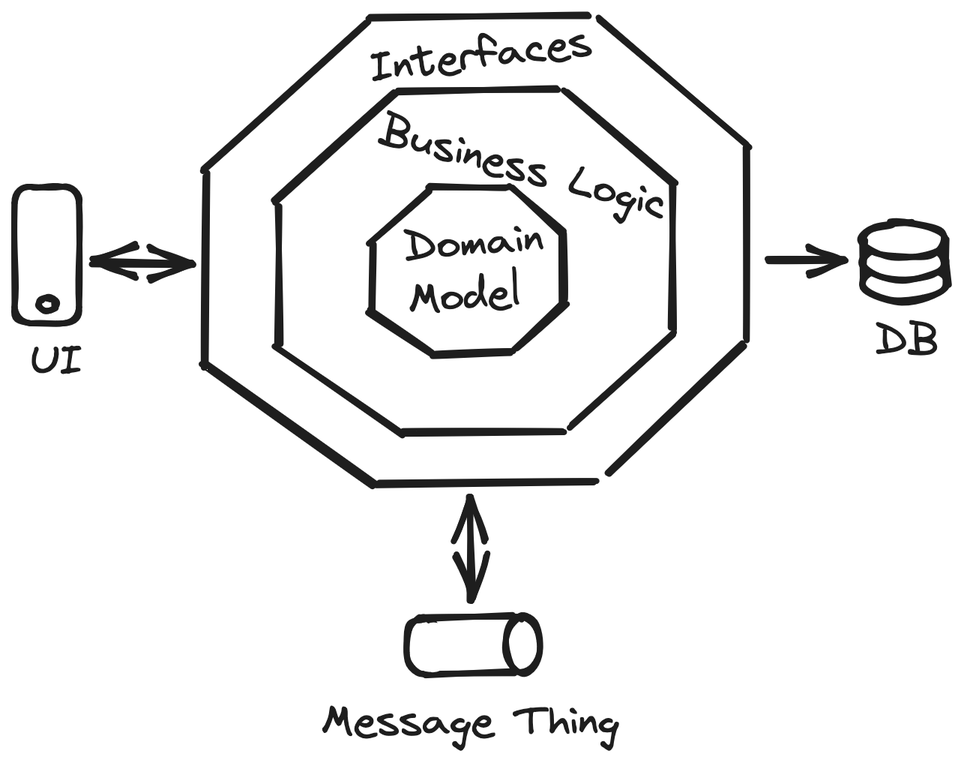
Earlier version of the Excalidraw export assets/hexagonal.png (wicked539/architecture-trends). Source tidied: one line per element, renumbered; positions are measured from the earlier drawing's top-left corner, leaving out a move shared by most shapes.
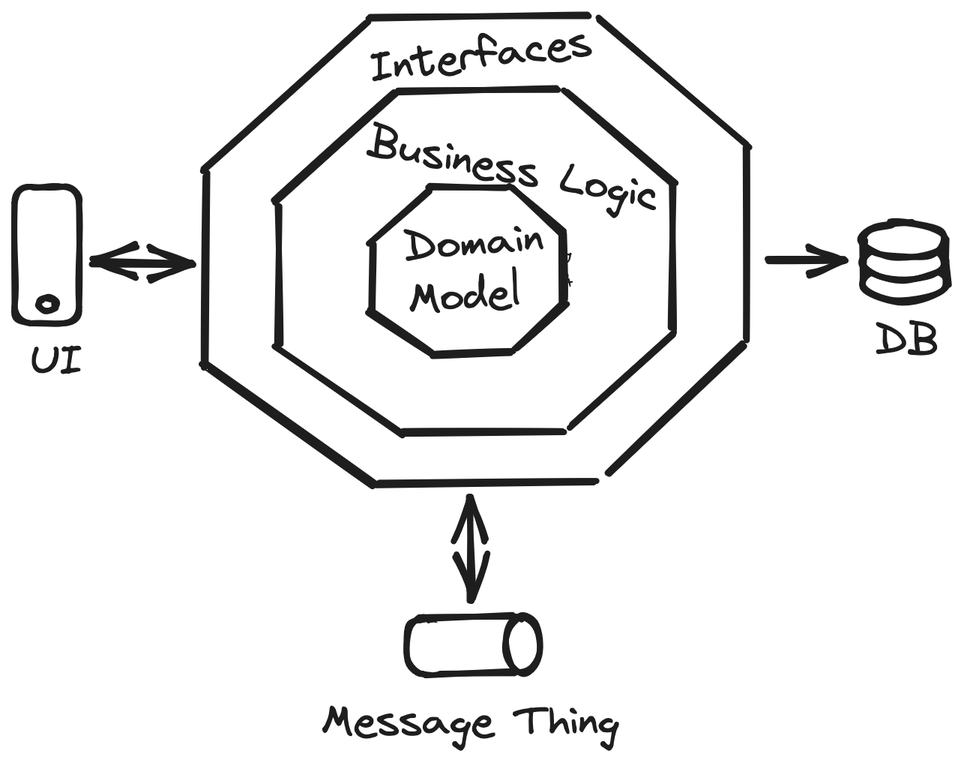
After the commit.

Commit message:
refine hexagonal some more

What changed in the source:
```diff
@@ -26,7 +26,7 @@
 {"id": 25, "type": "text", "text": "UI", "strokeColor": "#1e1e1e", "backgroundColor": "#ffffff", "fillStyle": "solid", "strokeWidth": 4, "roughness": 1, "fontSize": 28, "fontFamily": 1, "x": 10, "y": 213, "width": 35, "height": 35}
 {"id": 26, "type": "arrow", "strokeColor": "#1e1e1e", "backgroundColor": "#ffffff", "fillStyle": "solid", "strokeWidth": 4, "roughness": 1, "startArrowhead": "arrow", "endArrowhead": "arrow", "round": true, "from": 23, "x": 53, "y": 164, "width": 65, "height": 2, "points": [[0, 0], [65, 2]]}
 {"id": 27, "type": "arrow", "strokeColor": "#1e1e1e", "backgroundColor": "#ffffff", "fillStyle": "solid", "strokeWidth": 4, "roughness": 1, "startArrowhead": "arrow", "round": true, "from": 18, "x": 554, "y": 163, "width": 51, "height": 1, "points": [[0, 0], [-51, -1]]}
-{"id": 28, "type": "text", "text": "Business Logic", "strokeColor": "#1e1e1e", "angle": 0.26, "backgroundColor": "#ffffff", "fillStyle": "solid", "strokeWidth": 4, "roughness": 1, "fontSize": 28, "fontFamily": 1, "x": 241, "y": 84, "width": 197, "height": 35}
+{"id": 28, "type": "text", "text": "Business Logic", "strokeColor": "#1e1e1e", "angle": 0.19, "backgroundColor": "#ffffff", "fillStyle": "solid", "strokeWidth": 4, "roughness": 1, "fontSize": 28, "fontFamily": 1, "x": 234, "y": 85, "width": 197, "height": 35}
 {"id": 29, "type": "line", "strokeColor": "#1e1e1e", "strokeWidth": 4, "roughness": 1, "round": true, "x": 128, "y": 105, "width": 0, "height": 128, "points": [[0, 0], [0, 128]]}
 {"id": 30, "type": "line", "strokeColor": "#1e1e1e", "strokeWidth": 4, "roughness": 1, "round": true, "x": 125, "y": 232, "width": 114, "height": 80, "points": [[0, 0], [114, 80]]}
 {"id": 31, "type": "line", "strokeColor": "#1e1e1e", "strokeWidth": 4, "roughness": 1, "round": true, "x": 235, "y": 4, "width": 110, "height": 98, "points": [[0, 0], [-110, 98]]}
@@ -43,3 +43,4 @@
 {"id": 42, "type": "freedraw", "strokeColor": "#ffffff", "backgroundColor": "#ffffff", "fillStyle": "solid", "strokeWidth": 4, "roughness": 2, "x": 280, "y": 413, "width": 7, "height": 13, "points": [[-1, 0], [0, 1], [1, 1], [1, 2], [2, 3], [2, 3], [2, 4], [3, 5], [3, 6], [3, 7], [3, 8], [3, 9], [2, 9], [2, 10], [1, 11], [1, 11], [0, 12], [0, 12], [-2, 12], [-3, 12], [-3, 13], [-2, 13], [-1, 12], [-2, 12], [-3, 13], [-2, 13], [-1, 12]]}
 {"id": 43, "type": "text", "text": "Message Thing", "strokeColor": "#1e1e1e", "backgroundColor": "#ffffff", "fillStyle": "solid", "strokeWidth": 4, "roughness": 2, "fontSize": 28, "fontFamily": 1, "x": 204, "y": 453, "width": 199, "height": 35}
 {"id": 44, "type": "arrow", "strokeColor": "#1e1e1e", "backgroundColor": "#ffffff", "fillStyle": "solid", "strokeWidth": 4, "roughness": 1, "startArrowhead": "arrow", "endArrowhead": "arrow", "round": true, "x": 304, "y": 321, "width": 1, "height": 68, "points": [[0, 0], [1, 68]]}
+{"id": 45, "type": "text", "text": "Port", "strokeColor": "#1e1e1e", "angle": 7.8, "backgroundColor": "#ffffff", "fillStyle": "solid", "strokeWidth": 4, "roughness": 2, "fontSize": 10.65, "fontFamily": 1, "x": 355, "y": 163, "width": 24, "height": 13}
```
